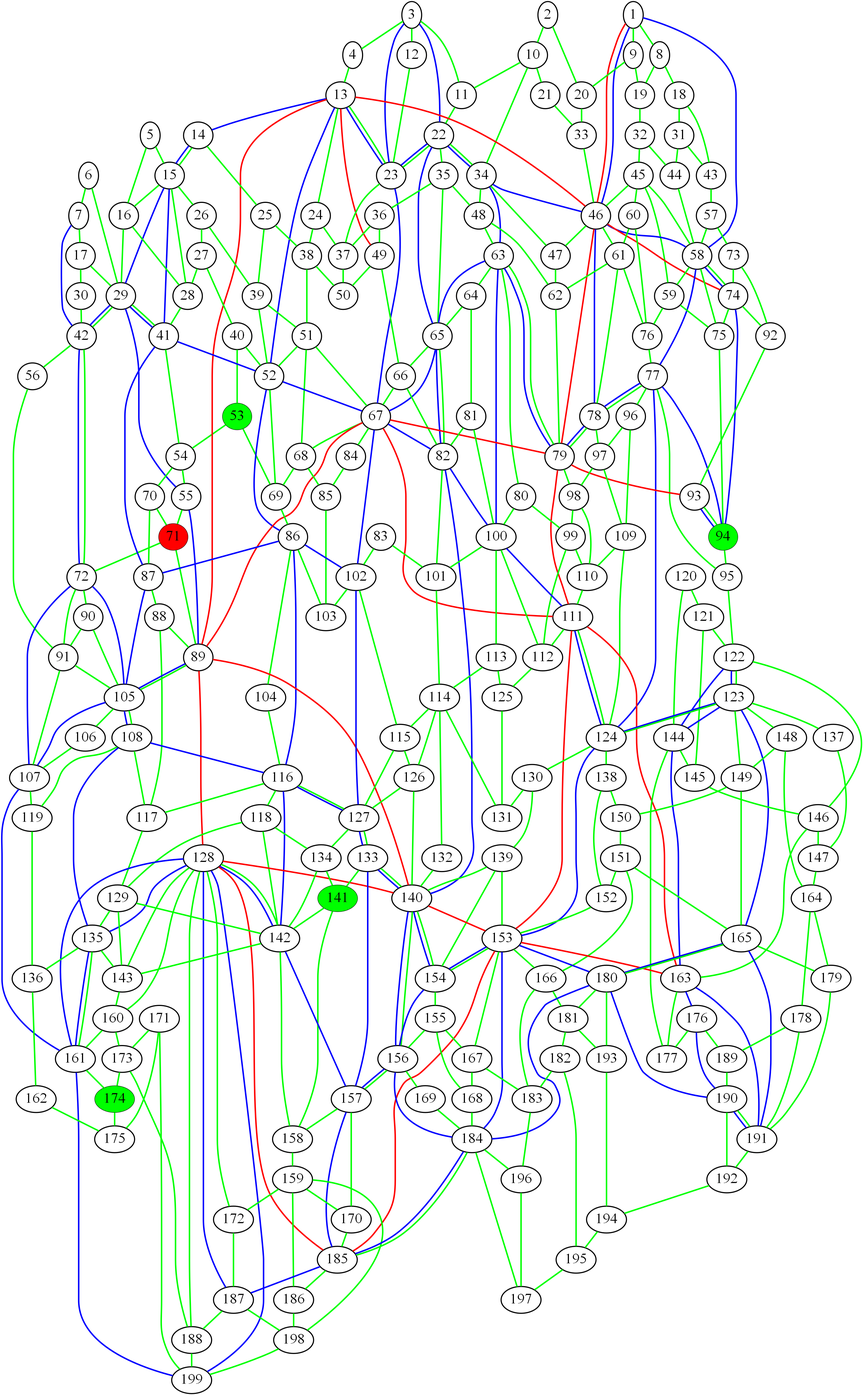
This is initial_graph.png from ed-churchill/complex-systems-project, a Graphviz export, as it was before one commit. Its source is kept beside it as initial_graph.gv.
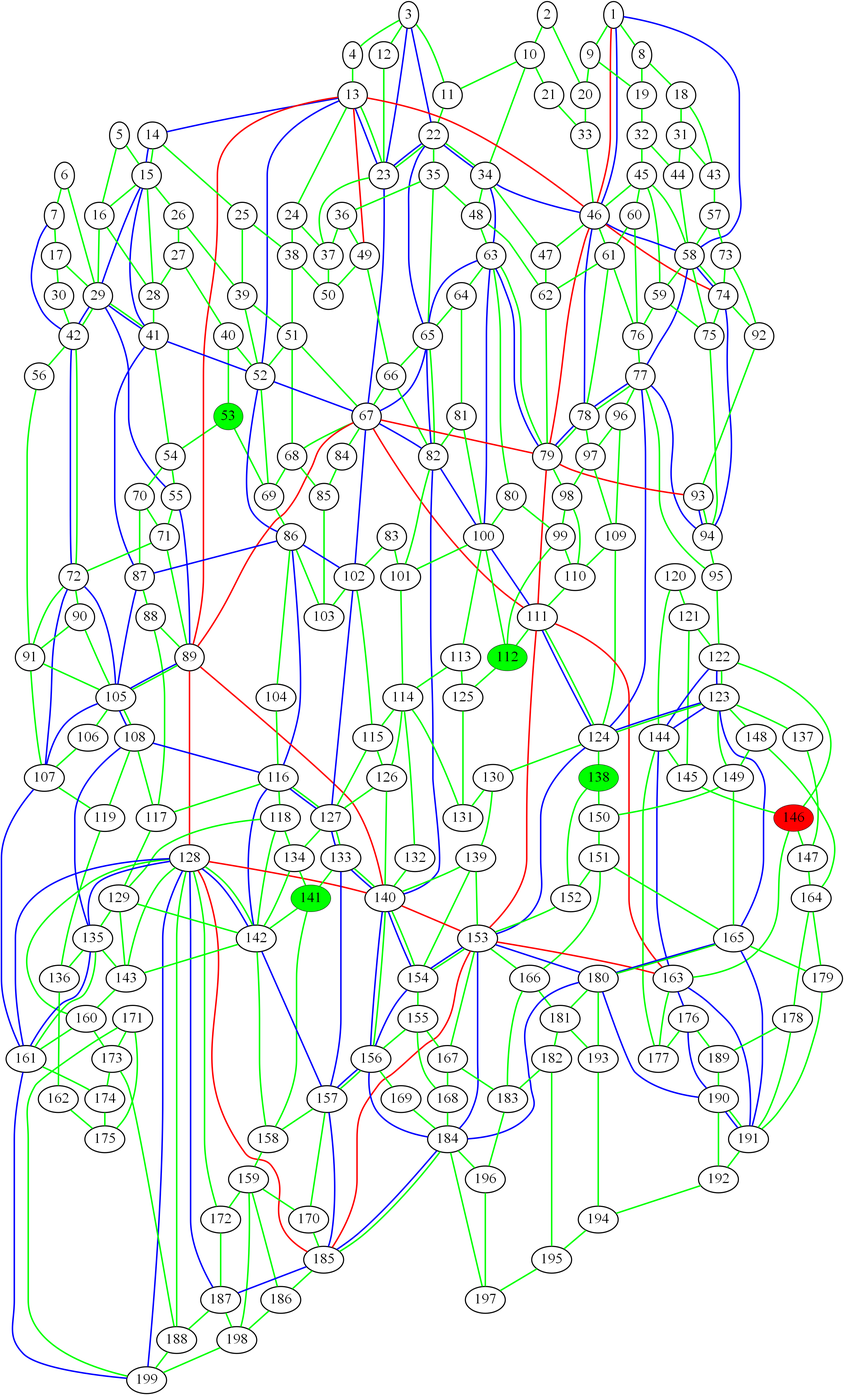
The same diagram one commit later.

The edit, as a diff of the source:
```diff
@@ -1,9 +1,9 @@
 graph london_graph {
-71 [fillcolor=red, fontsize=40, pendwidth=3, style=filled];
+146 [fillcolor=red, fontsize=40, pendwidth=3, style=filled];
+138 [fillcolor=green, fontsize=40, pendwidth=3, style=filled];
+141 [fillcolor=green, fontsize=40, pendwidth=3, style=filled];
 53 [fillcolor=green, fontsize=40, pendwidth=3, style=filled];
-141 [fillcolor=green, fontsize=40, pendwidth=3, style=filled];
-94 [fillcolor=green, fontsize=40, pendwidth=3, style=filled];
-174 [fillcolor=green, fontsize=40, pendwidth=3, style=filled];
+112 [fillcolor=green, fontsize=40, pendwidth=3, style=filled];
 1 [fontsize=40, penwidth=3];
 2 [fontsize=40, penwidth=3];
 3 [fontsize=40, penwidth=3];
@@ -73,6 +73,7 @@
 68 [fontsize=40, penwidth=3];
 69 [fontsize=40, penwidth=3];
 70 [fontsize=40, penwidth=3];
+71 [fontsize=40, penwidth=3];
 72 [fontsize=40, penwidth=3];
 73 [fontsize=40, penwidth=3];
 74 [fontsize=40, penwidth=3];
@@ -95,6 +96,7 @@
 91 [fontsize=40, penwidth=3];
 92 [fontsize=40, penwidth=3];
 93 [fontsize=40, penwidth=3];
+94 [fontsize=40, penwidth=3];
 95 [fontsize=40, penwidth=3];
 96 [fontsize=40, penwidth=3];
 97 [fontsize=40, penwidth=3];
@@ -112,7 +114,6 @@
 109 [fontsize=40, penwidth=3];
 110 [fontsize=40, penwidth=3];
 111 [fontsize=40, penwidth=3];
-112 [fontsize=40, penwidth=3];
 113 [fontsize=40, penwidth=3];
 114 [fontsize=40, penwidth=3];
 115 [fontsize=40, penwidth=3];
@@ -138,14 +139,12 @@
 135 [fontsize=40, penwidth=3];
 136 [fontsize=40, penwidth=3];
 137 [fontsize=40, penwidth=3];
-138 [fontsize=40, penwidth=3];
 139 [fontsize=40, penwidth=3];
 140 [fontsize=40, penwidth=3];
 142 [fontsize=40, penwidth=3];
 143 [fontsize=40, penwidth=3];
 144 [fontsize=40, penwidth=3];
 145 [fontsize=40, penwidth=3];
-146 [fontsize=40, penwidth=3];
 147 [fontsize=40, penwidth=3];
 148 [fontsize=40, penwidth=3];
 149 [fontsize=40, penwidth=3];
@@ -173,6 +172,7 @@
 171 [fontsize=40, penwidth=3];
 172 [fontsize=40, penwidth=3];
 173 [fontsize=40, penwidth=3];
+174 [fontsize=40, penwidth=3];
 175 [fontsize=40, penwidth=3];
 176 [fontsize=40, penwidth=3];
 177 [fontsize=40, penwidth=3];
```
